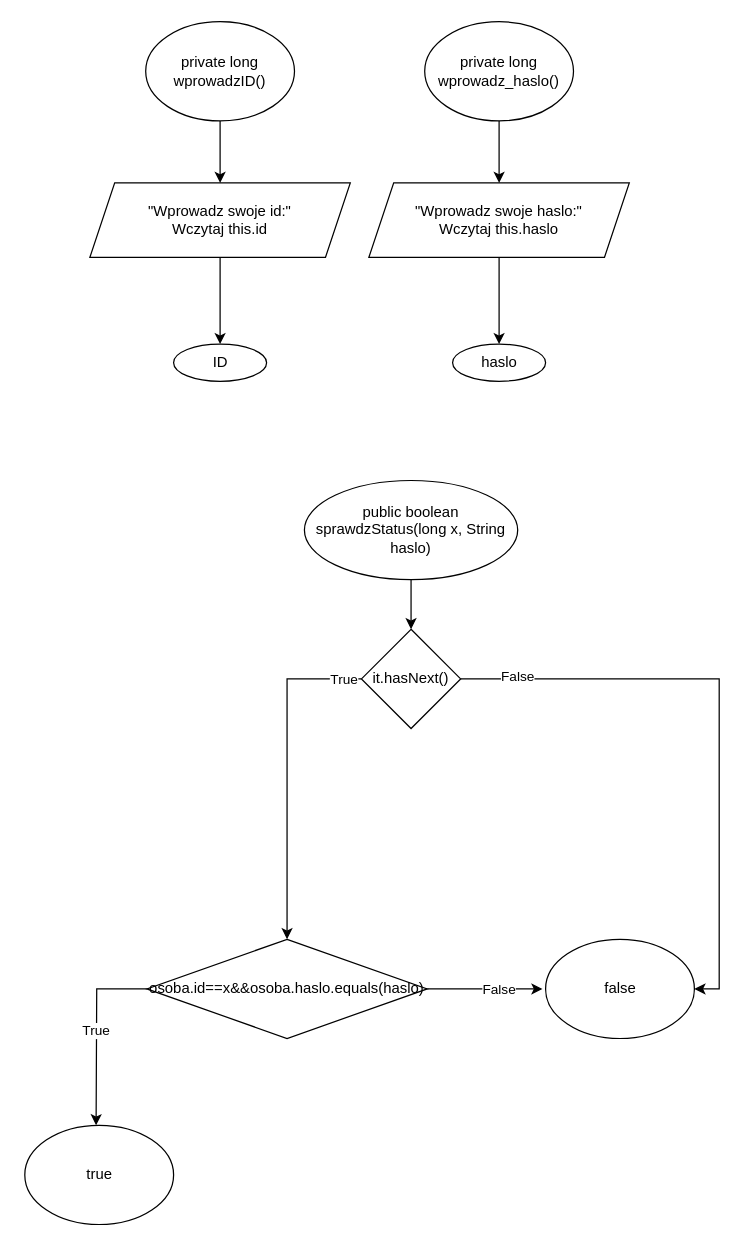
Earlier version of the draw.io diagram page "Autoryzacja" (3 of 10) of Untitled Diagram.drawio (szarl/Projekt-Programowanie-Obiektowe). Source tidied: cells renumbered, new cells numbered last; positions are measured from the earlier drawing's top-left corner, leaving out a move shared by most shapes. Both pictures are drawn from the tidied source at 124%, with x=0, y=0 at pixel (24, 21).
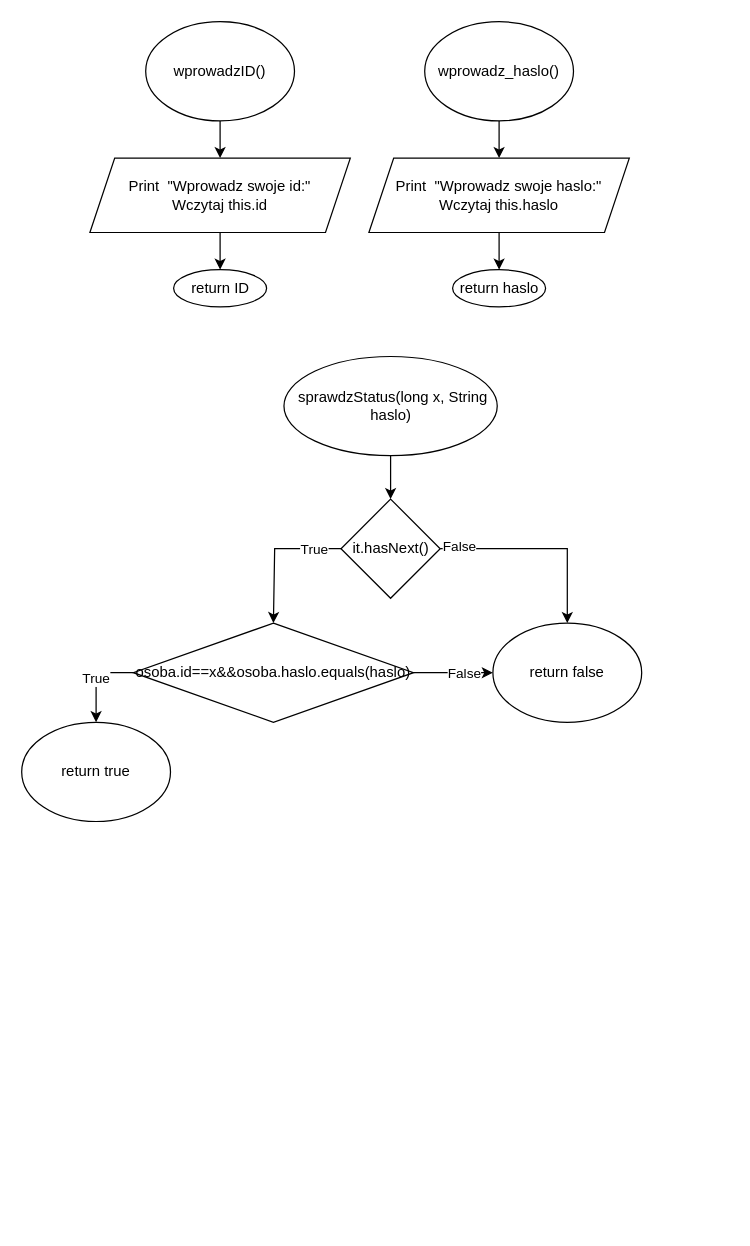
After the change.

The edit, as a diff of the source:
```diff
@@
-    <mxCell id="3" value="private long wprowadzID()" style="ellipse;whiteSpace=wrap;html=1;" parent="1" vertex="1">
+    <mxCell id="3" value="wprowadzID()" style="ellipse;whiteSpace=wrap;html=1;" parent="1" vertex="1">
       <mxGeometry x="98" width="120" height="80" as="geometry" />
     </mxCell>
@@
-    <mxCell id="5" value="&lt;div&gt;&quot;Wprowadz swoje id:&quot;&lt;/div&gt;&lt;div&gt;Wczytaj this.id&lt;br&gt;&lt;/div&gt;" style="shape=parallelogram;perimeter=parallelogramPerimeter;whiteSpace=wrap;html=1;fixedSize=1;" parent="1" vertex="1">
-      <mxGeometry x="53" y="130" width="210" height="60" as="geometry" />
+    <mxCell id="5" value="&lt;div&gt;Print&amp;nbsp; &quot;Wprowadz swoje id:&quot;&lt;/div&gt;&lt;div&gt;Wczytaj this.id&lt;br&gt;&lt;/div&gt;" style="shape=parallelogram;perimeter=parallelogramPerimeter;whiteSpace=wrap;html=1;fixedSize=1;" parent="1" vertex="1">
+      <mxGeometry x="53" y="110" width="210" height="60" as="geometry" />
     </mxCell>
-    <mxCell id="6" value="ID" style="ellipse;whiteSpace=wrap;html=1;" parent="1" vertex="1">
-      <mxGeometry x="120.5" y="260" width="75" height="30" as="geometry" />
+    <mxCell id="6" value="return ID" style="ellipse;whiteSpace=wrap;html=1;" parent="1" vertex="1">
+      <mxGeometry x="120.5" y="200" width="75" height="30" as="geometry" />
     </mxCell>
@@
-    <mxCell id="8" value="private long wprowadz_haslo()" style="ellipse;whiteSpace=wrap;html=1;" parent="1" vertex="1">
+    <mxCell id="8" value="wprowadz_haslo()" style="ellipse;whiteSpace=wrap;html=1;" parent="1" vertex="1">
       <mxGeometry x="323" width="120" height="80" as="geometry" />
     </mxCell>
@@
-    <mxCell id="10" value="&lt;div&gt;&quot;Wprowadz swoje haslo:&quot;&lt;/div&gt;&lt;div&gt;Wczytaj this.haslo&lt;br&gt;&lt;/div&gt;" style="shape=parallelogram;perimeter=parallelogramPerimeter;whiteSpace=wrap;html=1;fixedSize=1;" parent="1" vertex="1">
-      <mxGeometry x="278" y="130" width="210" height="60" as="geometry" />
+    <mxCell id="10" value="&lt;div&gt;Print&amp;nbsp; &quot;Wprowadz swoje haslo:&quot;&lt;/div&gt;&lt;div&gt;Wczytaj this.haslo&lt;br&gt;&lt;/div&gt;" style="shape=parallelogram;perimeter=parallelogramPerimeter;whiteSpace=wrap;html=1;fixedSize=1;" parent="1" vertex="1">
+      <mxGeometry x="278" y="110" width="210" height="60" as="geometry" />
     </mxCell>
-    <mxCell id="11" value="haslo" style="ellipse;whiteSpace=wrap;html=1;" parent="1" vertex="1">
-      <mxGeometry x="345.5" y="260" width="75" height="30" as="geometry" />
+    <mxCell id="11" value="return haslo" style="ellipse;whiteSpace=wrap;html=1;" parent="1" vertex="1">
+      <mxGeometry x="345.5" y="200" width="75" height="30" as="geometry" />
     </mxCell>
@@
-    <mxCell id="13" value="public boolean sprawdzStatus(long x, String haslo)" style="ellipse;whiteSpace=wrap;html=1;" parent="1" vertex="1">
-      <mxGeometry x="226" y="370" width="172" height="80" as="geometry" />
+    <mxCell id="13" value="&amp;nbsp;sprawdzStatus(long x, String haslo)" style="ellipse;whiteSpace=wrap;html=1;" parent="1" vertex="1">
+      <mxGeometry x="209.5" y="270" width="172" height="80" as="geometry" />
     </mxCell>
-    <mxCell id="14" style="edgeStyle=orthogonalEdgeStyle;rounded=0;jettySize=auto;html=1;entryX=1;entryY=0.5;entryDx=0;entryDy=0;exitX=1;exitY=0.5;exitDx=0;exitDy=0;" parent="1" edge="1" source="18" target="24">
+    <mxCell id="14" style="edgeStyle=orthogonalEdgeStyle;rounded=0;jettySize=auto;html=1;entryX=0.5;entryY=0;entryDx=0;entryDy=0;exitX=1;exitY=0.5;exitDx=0;exitDy=0;" parent="1" edge="1" source="18" target="24">
       <mxGeometry relative="1" as="geometry" />
     </mxCell>
@@
     <mxCell id="16" style="edgeStyle=orthogonalEdgeStyle;rounded=0;jettySize=auto;html=1;entryX=0.5;entryY=0;entryDx=0;entryDy=0;exitX=0;exitY=0.5;exitDx=0;exitDy=0;" parent="1" edge="1" source="18" target="22">
       <mxGeometry relative="1" as="geometry">
         <Array as="points">
-          <mxPoint x="212" y="530" />
+          <mxPoint x="202" y="425" />
         </Array>
       </mxGeometry>
     </mxCell>
     <mxCell id="17" value="True" style="edgeLabel;html=1;align=center;verticalAlign=middle;" parent="16" vertex="1">
       <mxGeometry x="-0.89" y="2" relative="1" as="geometry">
-        <mxPoint y="-2" as="offset" />
+        <mxPoint x="-16" y="-2" as="offset" />
       </mxGeometry>
     </mxCell>
     <mxCell id="18" value="it.hasNext()" style="rhombus;whiteSpace=wrap;html=1;" parent="1" vertex="1">
-      <mxGeometry x="272" y="490" width="80" height="80" as="geometry" />
+      <mxGeometry x="255.5" y="385" width="80" height="80" as="geometry" />
     </mxCell>
-    <mxCell id="19" value="True" style="edgeStyle=orthogonalEdgeStyle;rounded=0;jettySize=auto;html=1;" parent="1" edge="1" source="22">
-      <mxGeometry relative="1" as="geometry">
-        <mxPoint x="58" y="890" as="targetPoint" />
-      </mxGeometry>
+    <mxCell id="19" value="True" style="edgeStyle=orthogonalEdgeStyle;rounded=0;jettySize=auto;html=1;entryX=0.5;entryY=0;entryDx=0;entryDy=0;exitX=0;exitY=0.5;exitDx=0;exitDy=0;" parent="1" edge="1" source="22" target="23">
+      <mxGeometry relative="1" as="geometry" />
     </mxCell>
-    <mxCell id="20" style="edgeStyle=orthogonalEdgeStyle;rounded=0;jettySize=auto;html=1;exitX=1;exitY=0.5;exitDx=0;exitDy=0;" parent="1" edge="1" source="22">
-      <mxGeometry relative="1" as="geometry">
-        <mxPoint x="418" y="780" as="targetPoint" />
-      </mxGeometry>
+    <mxCell id="20" style="edgeStyle=orthogonalEdgeStyle;rounded=0;jettySize=auto;html=1;exitX=1;exitY=0.5;exitDx=0;exitDy=0;" parent="1" edge="1" source="22" target="24">
+      <mxGeometry relative="1" as="geometry" />
     </mxCell>
@@
     <mxCell id="22" value="osoba.id==x&amp;amp;&amp;amp;osoba.haslo.equals(haslo)" style="rhombus;whiteSpace=wrap;html=1;" parent="1" vertex="1">
-      <mxGeometry x="99" y="740" width="226" height="80" as="geometry" />
+      <mxGeometry x="88" y="485" width="226" height="80" as="geometry" />
     </mxCell>
-    <mxCell id="23" value="true" style="ellipse;whiteSpace=wrap;html=1;" parent="1" vertex="1">
-      <mxGeometry x="0.5" y="890" width="120" height="80" as="geometry" />
+    <mxCell id="23" value="return true" style="ellipse;whiteSpace=wrap;html=1;" parent="1" vertex="1">
+      <mxGeometry x="-2" y="565" width="120" height="80" as="geometry" />
     </mxCell>
-    <mxCell id="24" value="false" style="ellipse;whiteSpace=wrap;html=1;" parent="1" vertex="1">
-      <mxGeometry x="420.5" y="740" width="120" height="80" as="geometry" />
+    <mxCell id="24" value="return false" style="ellipse;whiteSpace=wrap;html=1;" parent="1" vertex="1">
+      <mxGeometry x="378" y="485" width="120" height="80" as="geometry" />
     </mxCell>
```
